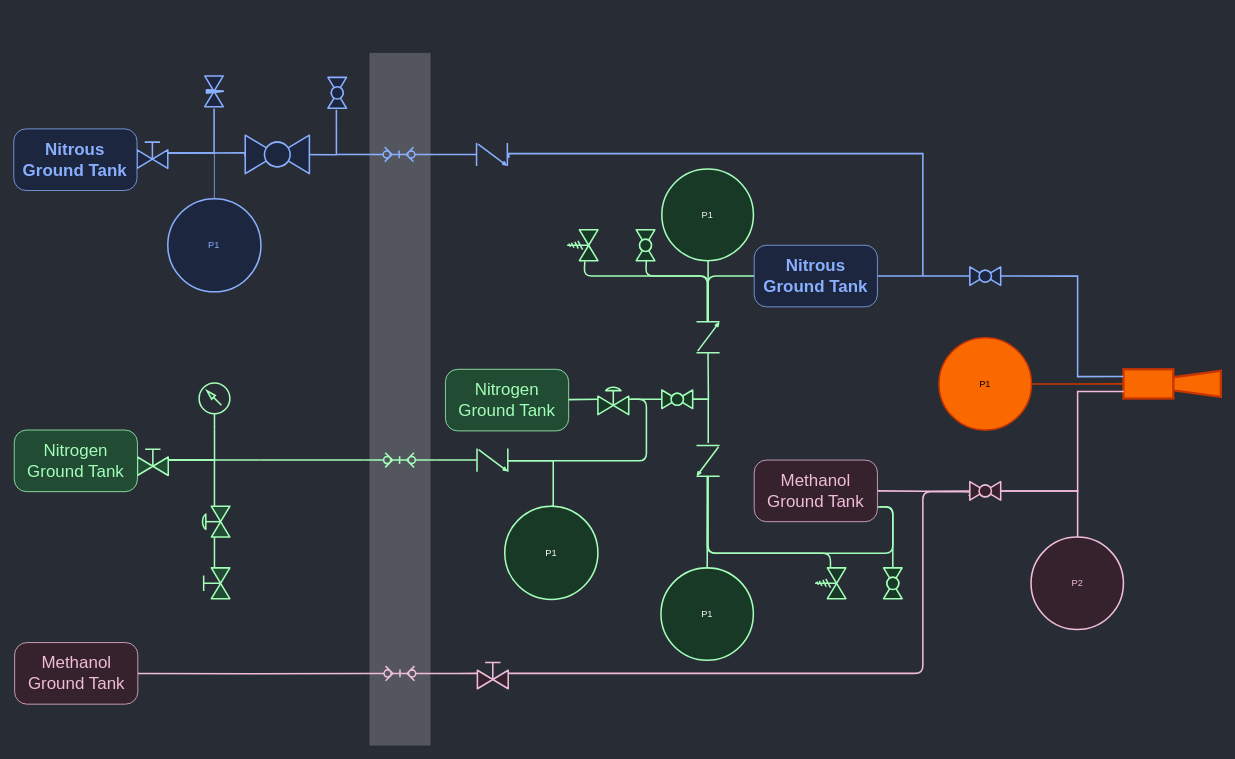
Above: CombinedPID.drawio in icl-rocketry/Propulsion-PIDs (draw.io), before the change. Source tidied: cells renumbered, new cells numbered last; positions are measured from the earlier drawing's top-left corner, leaving out a move shared by most shapes. Both pictures are drawn from the tidied source at 77%, with x=0, y=0 at pixel (13, 52).
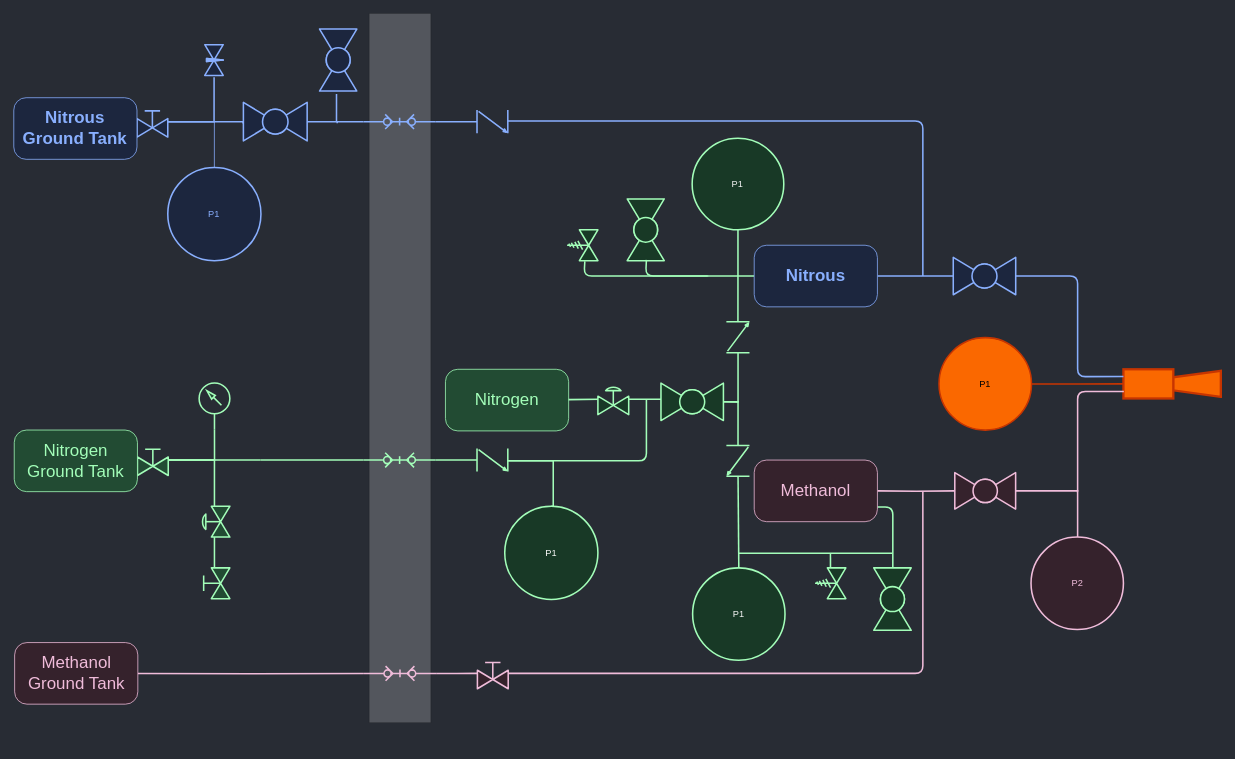
The same diagram, later.

Unchanged cells that the change refers to:
```xml
<mxCell id="21" style="verticalLabelPosition=bottom;align=center;html=1;verticalAlign=top;dashed=0;shape=mxgraph.pid2valves.valve;valveType=check;rotation=0;fillColor=#224B33;strokeColor=#A3FEB9;strokeWidth=2;fontColor=#FAFAFA;" parent="1" vertex="1">
  <mxGeometry x="602" y="514" width="40" height="30" as="geometry" />
</mxCell>
<mxCell id="47" style="verticalLabelPosition=bottom;align=center;html=1;verticalAlign=top;dashed=0;shape=mxgraph.pid2valves.valve;valveType=gate;actuator=spring;rotation=-90;fontColor=#FAFAFA;strokeWidth=2;fillColor=#183926;strokeColor=#A3FEB9;" parent="1" vertex="1">
  <mxGeometry x="1041" y="669" width="40" height="40" as="geometry" />
</mxCell>
<mxCell id="51" style="verticalLabelPosition=bottom;align=center;html=1;verticalAlign=top;dashed=0;shape=mxgraph.pid2valves.valve;valveType=gate;actuator=spring;rotation=-90;fillColor=#183926;strokeColor=#A3FEB9;strokeWidth=2;" parent="1" vertex="1">
  <mxGeometry x="719" y="230" width="40" height="40" as="geometry" />
</mxCell>
<mxCell id="56" style="verticalLabelPosition=bottom;align=center;html=1;verticalAlign=top;dashed=0;shape=mxgraph.pid2valves.valve;valveType=gate;actuator=man;rotation=0;fillColor=#35222C;strokeColor=#F0BCDA;fontColor=#F0BCDA;strokeWidth=2;" parent="1" vertex="1">
  <mxGeometry x="602.5" y="786" width="40" height="40" as="geometry" />
</mxCell>
<mxCell id="58" style="rounded=0;whiteSpace=wrap;html=1;rotation=0;fillColor=#fa6800;strokeWidth=3;fontColor=#000000;strokeColor=#C73500;" parent="1" vertex="1">
  <mxGeometry x="1441.5" y="411.1" width="64.8" height="37.9" as="geometry" />
</mxCell>
```

What changed in the source:
```diff
@@
     <mxCell id="2" style="rounded=0;whiteSpace=wrap;html=1;opacity=20;" parent="1" vertex="1">
-      <mxGeometry x="462" width="80" height="900" as="geometry" />
+      <mxGeometry x="462" y="-51" width="80" height="921" as="geometry" />
     </mxCell>
@@
     <mxCell id="4" style="edgeStyle=orthogonalEdgeStyle;rounded=0;jettySize=auto;html=1;entryX=1.005;entryY=0.453;entryDx=0;entryDy=0;entryPerimeter=0;fillColor=#1C263E;strokeColor=#89AFFE;strokeWidth=2;endArrow=none;endFill=0;" parent="1" edge="1" source="7" target="25">
       <mxGeometry relative="1" as="geometry">
         <Array as="points">
-          <mxPoint x="251" y="130" />
-          <mxPoint x="301" y="130" />
+          <mxPoint x="251" y="89.5" />
+          <mxPoint x="301" y="89.5" />
         </Array>
       </mxGeometry>
     </mxCell>
     <mxCell id="5" style="edgeStyle=orthogonalEdgeStyle;rounded=0;jettySize=auto;html=1;entryX=-0.059;entryY=0.506;entryDx=0;entryDy=0;entryPerimeter=0;fillColor=#1C263E;strokeColor=#89AFFE;strokeWidth=2;endArrow=none;endFill=0;" parent="1" edge="1" source="7" target="22">
       <mxGeometry relative="1" as="geometry">
         <Array as="points">
-          <mxPoint x="261" y="130" />
+          <mxPoint x="261" y="89.5" />
         </Array>
       </mxGeometry>
     </mxCell>
     <mxCell id="6" style="edgeStyle=orthogonalEdgeStyle;rounded=0;jettySize=auto;html=1;entryX=0.5;entryY=0;entryDx=0;entryDy=0;strokeColor=#89AFFE;endArrow=none;endFill=0;" parent="1" edge="1" source="7" target="23">
       <mxGeometry relative="1" as="geometry">
         <Array as="points">
-          <mxPoint x="220" y="130" />
-          <mxPoint x="261" y="130" />
+          <mxPoint x="220" y="89.5" />
+          <mxPoint x="261" y="89.5" />
         </Array>
       </mxGeometry>
     </mxCell>
     <mxCell id="7" style="verticalLabelPosition=bottom;align=center;html=1;verticalAlign=top;dashed=0;shape=mxgraph.pid2valves.valve;valveType=gate;actuator=man;rotation=0;fillColor=#1C263E;strokeColor=#89AFFE;fontColor=#ffffff;strokeWidth=2;" parent="1" vertex="1">
-      <mxGeometry x="160.4" y="110.1" width="40" height="40" as="geometry" />
+      <mxGeometry x="160.4" y="69.5" width="40" height="40" as="geometry" />
     </mxCell>
@@
     <mxCell id="17" style="edgeStyle=orthogonalEdgeStyle;rounded=0;jettySize=auto;html=1;fillColor=#1C263E;strokeColor=#89AFFE;strokeWidth=2;endArrow=none;endFill=0;" parent="1" edge="1" source="19">
       <mxGeometry relative="1" as="geometry">
-        <mxPoint x="420.4" y="132.1" as="targetPoint" />
+        <mxPoint x="420.4" y="91.5" as="targetPoint" />
+        <Array as="points">
+          <mxPoint x="434" y="89.5" />
+          <mxPoint x="420" y="89.5" />
+        </Array>
       </mxGeometry>
     </mxCell>
-    <mxCell id="18" style="edgeStyle=orthogonalEdgeStyle;rounded=0;jettySize=auto;html=1;fillColor=#1C263E;strokeColor=#89AFFE;strokeWidth=2;endArrow=none;endFill=0;" parent="1" edge="1" source="19" target="54">
+    <mxCell id="18" style="edgeStyle=orthogonalEdgeStyle;rounded=0;jettySize=auto;html=1;fillColor=#1C263E;strokeColor=#89AFFE;strokeWidth=2;endArrow=none;endFill=0;exitX=0.5;exitY=1;exitDx=0;exitDy=0;exitPerimeter=0;" parent="1" edge="1" source="19" target="54">
       <mxGeometry relative="1" as="geometry" />
     </mxCell>
     <mxCell id="19" style="verticalLabelPosition=bottom;html=1;verticalAlign=top;fillColor=#1C263E;align=center;outlineConnect=0;shape=mxgraph.fluid_power.x11740;points=[[0.5,0,0],[0.5,1,0]];strokeColor=#89AFFE;rotation=-90;fontColor=#ffffff;strokeWidth=2;" parent="1" vertex="1">
-      <mxGeometry x="491.4" y="85.2" width="19" height="93.8" as="geometry" />
+      <mxGeometry x="492" y="42.6" width="19" height="93.8" as="geometry" />
     </mxCell>
-    <mxCell id="20" style="edgeStyle=orthogonalEdgeStyle;rounded=1;jettySize=auto;html=1;entryX=0.5;entryY=1;entryDx=0;entryDy=0;entryPerimeter=0;fillColor=#224B33;strokeColor=#A3FEB9;strokeWidth=2;fontColor=#FAFAFA;endArrow=none;endFill=0;" parent="1" edge="1" source="21">
+    <mxCell id="20" style="edgeStyle=orthogonalEdgeStyle;rounded=1;jettySize=auto;html=1;fillColor=#224B33;strokeColor=#A3FEB9;strokeWidth=2;fontColor=#FAFAFA;endArrow=none;endFill=0;" parent="1" edge="1" source="21">
       <mxGeometry relative="1" as="geometry">
-        <mxPoint x="802" y="450" as="targetPoint" />
+        <mxPoint x="822" y="450" as="targetPoint" />
         <Array as="points">
           <mxPoint x="822" y="530" />
           <mxPoint x="822" y="450" />
         </Array>
       </mxGeometry>
     </mxCell>
@@
     <mxCell id="22" style="verticalLabelPosition=bottom;align=center;html=1;verticalAlign=top;dashed=0;shape=mxgraph.pid2valves.valve;valveType=needle;rotation=-90;fillColor=#1C263E;strokeColor=#89AFFE;fontColor=#ffffff;strokeWidth=2;" parent="1" vertex="1">
-      <mxGeometry x="240.4" y="38.1" width="40" height="24" as="geometry" />
+      <mxGeometry x="240.4" y="-2.5" width="40" height="24" as="geometry" />
     </mxCell>
     <mxCell id="23" value="P1" style="ellipse;whiteSpace=wrap;html=1;fillColor=#1C263E;strokeColor=#89AFFE;rotation=0;fontColor=#89AFFE;strokeWidth=2;" parent="1" vertex="1">
-      <mxGeometry x="200.4" y="189.5" width="121" height="121" as="geometry" />
+      <mxGeometry x="200.4" y="149" width="121" height="121" as="geometry" />
     </mxCell>
     <mxCell id="24" style="edgeStyle=orthogonalEdgeStyle;rounded=0;jettySize=auto;html=1;entryX=1.046;entryY=0.545;entryDx=0;entryDy=0;entryPerimeter=0;fillColor=#1C263E;strokeColor=#89AFFE;strokeWidth=2;endArrow=none;endFill=0;" parent="1" edge="1" target="26">
       <mxGeometry relative="1" as="geometry">
-        <mxPoint x="360.4" y="132.1" as="sourcePoint" />
+        <mxPoint x="360.4" y="91.5" as="sourcePoint" />
+        <Array as="points">
+          <mxPoint x="360" y="89.5" />
+          <mxPoint x="420" y="89.5" />
+        </Array>
       </mxGeometry>
     </mxCell>
     <mxCell id="25" style="verticalLabelPosition=bottom;align=center;html=1;verticalAlign=top;dashed=0;shape=mxgraph.pid2valves.valve;valveType=ball;rotation=-180;fillColor=#1C263E;strokeColor=#89AFFE;fontColor=#ffffff;strokeWidth=2;" parent="1" vertex="1">
-      <mxGeometry x="301" y="107.1" width="83.3" height="50" as="geometry" />
+      <mxGeometry x="298.6" y="64.5" width="82.8" height="50" as="geometry" />
     </mxCell>
     <mxCell id="26" style="verticalLabelPosition=bottom;align=center;html=1;verticalAlign=top;dashed=0;shape=mxgraph.pid2valves.valve;valveType=ball;rotation=90;fillColor=#1C263E;strokeColor=#89AFFE;fontColor=#ffffff;strokeWidth=2;" parent="1" vertex="1">
-      <mxGeometry x="400.4" y="40" width="40.1" height="24.1" as="geometry" />
+      <mxGeometry x="381.4" y="-14.7" width="80.6" height="48.4" as="geometry" />
     </mxCell>
@@
     <mxCell id="35" style="edgeStyle=orthogonalEdgeStyle;rounded=0;jettySize=auto;html=1;fontColor=#FAFAFA;strokeWidth=2;fillColor=#183926;strokeColor=#A3FEB9;endArrow=none;endFill=0;" parent="1" edge="1" source="37">
       <mxGeometry relative="1" as="geometry">
-        <mxPoint x="902" y="390" as="targetPoint" />
+        <mxPoint x="941" y="390" as="targetPoint" />
+        <Array as="points">
+          <mxPoint x="941" y="453" />
+        </Array>
       </mxGeometry>
     </mxCell>
-    <mxCell id="36" style="edgeStyle=orthogonalEdgeStyle;rounded=0;jettySize=auto;html=1;entryX=-0.074;entryY=0.492;entryDx=0;entryDy=0;entryPerimeter=0;fontColor=#FAFAFA;strokeWidth=2;fillColor=#183926;strokeColor=#A3FEB9;endArrow=none;endFill=0;" parent="1" edge="1" source="37" target="41">
-      <mxGeometry relative="1" as="geometry" />
+    <mxCell id="36" style="edgeStyle=orthogonalEdgeStyle;rounded=0;jettySize=auto;html=1;fontColor=#FAFAFA;strokeWidth=2;fillColor=#183926;strokeColor=#A3FEB9;endArrow=none;endFill=0;entryX=0.002;entryY=0.496;entryDx=0;entryDy=0;entryPerimeter=0;" parent="1" edge="1" source="37" target="41">
+      <mxGeometry relative="1" as="geometry">
+        <Array as="points">
+          <mxPoint x="941" y="453" />
+        </Array>
+      </mxGeometry>
     </mxCell>
     <mxCell id="37" style="verticalLabelPosition=bottom;align=center;html=1;verticalAlign=top;dashed=0;shape=mxgraph.pid2valves.valve;valveType=ball;rotation=-180;fillColor=#183926;strokeColor=#A3FEB9;strokeWidth=2;fontColor=#FAFAFA;" parent="1" vertex="1">
-      <mxGeometry x="842" y="438" width="40.1" height="24.1" as="geometry" />
+      <mxGeometry x="840.9" y="429" width="81.1" height="48.7" as="geometry" />
     </mxCell>
@@
-    <mxCell id="39" style="edgeStyle=orthogonalEdgeStyle;rounded=1;jettySize=auto;html=1;entryX=0.975;entryY=0.501;entryDx=0;entryDy=0;entryPerimeter=0;fontColor=#FAFAFA;strokeWidth=2;fillColor=#183926;strokeColor=#A3FEB9;endArrow=none;endFill=0;" parent="1" edge="1" source="41" target="47">
+    <mxCell id="39" style="edgeStyle=orthogonalEdgeStyle;rounded=1;jettySize=auto;html=1;entryX=0.975;entryY=0.501;entryDx=0;entryDy=0;entryPerimeter=0;fontColor=#FAFAFA;strokeWidth=2;fillColor=#183926;strokeColor=#A3FEB9;endArrow=none;endFill=0;" parent="1" edge="1" target="47">
       <mxGeometry relative="1" as="geometry">
+        <mxPoint x="1061" y="650" as="sourcePoint" />
         <Array as="points">
-          <mxPoint x="901" y="650" />
           <mxPoint x="1061" y="650" />
         </Array>
       </mxGeometry>
     </mxCell>
-    <mxCell id="40" style="edgeStyle=orthogonalEdgeStyle;rounded=1;jettySize=auto;html=1;entryX=0.241;entryY=1.016;entryDx=0;entryDy=0;entryPerimeter=0;fillColor=#183926;strokeColor=#A3FEB9;strokeWidth=2;endArrow=none;endFill=0;" parent="1" edge="1" source="41">
+    <mxCell id="40" style="edgeStyle=orthogonalEdgeStyle;rounded=1;orthogonalLoop=1;jettySize=auto;html=1;fillColor=#183926;strokeColor=#A3FEB9;strokeWidth=2;endArrow=none;endFill=0;" parent="1" edge="1">
       <mxGeometry relative="1" as="geometry">
-        <mxPoint x="1124.6" y="589.7" as="targetPoint" />
+        <mxPoint x="941" y="650" as="sourcePoint" />
+        <mxPoint x="1141" y="650" as="targetPoint" />
         <Array as="points">
-          <mxPoint x="902" y="650" />
-          <mxPoint x="1142" y="650" />
-          <mxPoint x="1142" y="590" />
-          <mxPoint x="1124" y="590" />
+          <mxPoint x="1141" y="650" />
         </Array>
       </mxGeometry>
     </mxCell>
     <mxCell id="41" style="verticalLabelPosition=bottom;align=center;html=1;verticalAlign=top;dashed=0;shape=mxgraph.pid2valves.valve;valveType=check;rotation=90;fontColor=#FAFAFA;strokeWidth=2;fillColor=#183926;strokeColor=#A3FEB9;" parent="1" vertex="1">
-      <mxGeometry x="882" y="515" width="40.1" height="30" as="geometry" />
+      <mxGeometry x="920.8" y="515" width="40.1" height="30" as="geometry" />
     </mxCell>
-    <mxCell id="42" style="edgeStyle=orthogonalEdgeStyle;rounded=1;jettySize=auto;html=1;entryX=0.5;entryY=0;entryDx=0;entryDy=0;entryPerimeter=0;fillColor=#183926;strokeColor=#A3FEB9;strokeWidth=2;endArrow=none;endFill=0;" parent="1" edge="1" source="45">
+    <mxCell id="42" style="edgeStyle=orthogonalEdgeStyle;rounded=1;orthogonalLoop=1;jettySize=auto;html=1;entryX=0.5;entryY=0;entryDx=0;entryDy=0;entryPerimeter=0;fillColor=#183926;strokeColor=#A3FEB9;strokeWidth=2;endArrow=none;endFill=0;" parent="1" edge="1">
       <mxGeometry relative="1" as="geometry">
+        <mxPoint x="901" y="290" as="sourcePoint" />
         <mxPoint x="962.1" y="290" as="targetPoint" />
         <Array as="points">
           <mxPoint x="902" y="290" />
         </Array>
       </mxGeometry>
     </mxCell>
-    <mxCell id="43" style="edgeStyle=orthogonalEdgeStyle;rounded=1;jettySize=auto;html=1;fillColor=#183926;strokeColor=#A3FEB9;strokeWidth=2;endArrow=none;endFill=0;entryX=-0.025;entryY=0.575;entryDx=0;entryDy=0;entryPerimeter=0;" parent="1" edge="1" source="45" target="51">
+    <mxCell id="43" style="edgeStyle=orthogonalEdgeStyle;rounded=1;jettySize=auto;html=1;fillColor=#183926;strokeColor=#A3FEB9;strokeWidth=2;endArrow=none;endFill=0;entryX=-0.025;entryY=0.575;entryDx=0;entryDy=0;entryPerimeter=0;" parent="1" edge="1" target="51">
       <mxGeometry relative="1" as="geometry">
+        <mxPoint x="901" y="290" as="sourcePoint" />
         <Array as="points">
           <mxPoint x="902" y="290" />
           <mxPoint x="741" y="290" />
           <mxPoint x="741" y="271" />
         </Array>
       </mxGeometry>
     </mxCell>
-    <mxCell id="44" style="edgeStyle=orthogonalEdgeStyle;rounded=0;jettySize=auto;html=1;endArrow=none;endFill=0;strokeColor=#A3FEB9;strokeWidth=2;" parent="1" edge="1" source="45">
-      <mxGeometry relative="1" as="geometry">
-        <mxPoint x="902.1" y="270" as="targetPoint" />
-      </mxGeometry>
+    <mxCell id="44" style="edgeStyle=orthogonalEdgeStyle;rounded=0;jettySize=auto;html=1;endArrow=none;endFill=0;strokeColor=#A3FEB9;strokeWidth=2;entryX=0.5;entryY=1;entryDx=0;entryDy=0;" parent="1" edge="1" source="45" target="75">
+      <mxGeometry relative="1" as="geometry" />
     </mxCell>
     <mxCell id="45" style="verticalLabelPosition=bottom;align=center;html=1;verticalAlign=top;dashed=0;shape=mxgraph.pid2valves.valve;valveType=check;rotation=-90;fillColor=#183926;strokeColor=#A3FEB9;strokeWidth=2;" parent="1" vertex="1">
-      <mxGeometry x="882" y="354.5" width="40.1" height="30" as="geometry" />
+      <mxGeometry x="920.8" y="354.5" width="40.1" height="30" as="geometry" />
     </mxCell>
@@
     <mxCell id="48" value="P1" style="ellipse;whiteSpace=wrap;html=1;fillColor=#183926;strokeColor=#A3FEB9;rotation=0;strokeWidth=2;fontColor=#F7F7F7;" parent="1" vertex="1">
-      <mxGeometry x="840.9" y="669" width="120" height="120" as="geometry" />
+      <mxGeometry x="882" y="669" width="120" height="120" as="geometry" />
     </mxCell>
@@
     <mxCell id="50" style="verticalLabelPosition=bottom;align=center;html=1;verticalAlign=top;dashed=0;shape=mxgraph.pid2valves.valve;valveType=ball;rotation=-90;fillColor=#183926;strokeColor=#A3FEB9;strokeWidth=2;" parent="1" vertex="1">
-      <mxGeometry x="1122" y="677" width="40.1" height="24.1" as="geometry" />
+      <mxGeometry x="1101" y="685.2" width="81.1" height="48.7" as="geometry" />
     </mxCell>
@@
     <mxCell id="52" style="verticalLabelPosition=bottom;align=center;html=1;verticalAlign=top;dashed=0;shape=mxgraph.pid2valves.valve;valveType=ball;rotation=-90;fillColor=#183926;strokeColor=#A3FEB9;strokeWidth=2;" parent="1" vertex="1">
-      <mxGeometry x="800.8" y="238" width="40.1" height="24.1" as="geometry" />
+      <mxGeometry x="781" y="205.9" width="80.2" height="48.1" as="geometry" />
     </mxCell>
-    <mxCell id="53" style="edgeStyle=orthogonalEdgeStyle;rounded=0;jettySize=auto;html=1;fillColor=#1C263E;strokeColor=#89AFFE;strokeWidth=2;endArrow=none;endFill=0;exitX=1.048;exitY=0.649;exitDx=0;exitDy=0;exitPerimeter=0;" parent="1" edge="1" source="54">
+    <mxCell id="53" style="edgeStyle=orthogonalEdgeStyle;rounded=1;jettySize=auto;html=1;fillColor=#1C263E;strokeColor=#89AFFE;strokeWidth=2;endArrow=none;endFill=0;exitX=0.996;exitY=0.473;exitDx=0;exitDy=0;exitPerimeter=0;" parent="1" edge="1" source="54">
       <mxGeometry relative="1" as="geometry">
         <mxPoint x="1181" y="290" as="targetPoint" />
         <Array as="points">
-          <mxPoint x="643" y="131" />
-          <mxPoint x="1181" y="131" />
-          <mxPoint x="1181" y="251" />
+          <mxPoint x="1181" y="89" />
         </Array>
       </mxGeometry>
     </mxCell>
     <mxCell id="54" style="verticalLabelPosition=bottom;align=center;html=1;verticalAlign=top;dashed=0;shape=mxgraph.pid2valves.valve;valveType=check;rotation=0;fillColor=#1C263E;strokeColor=#89AFFE;fontColor=#ffffff;strokeWidth=2;" parent="1" vertex="1">
-      <mxGeometry x="601.4" y="117.1" width="40" height="30" as="geometry" />
+      <mxGeometry x="602" y="74.5" width="40" height="30" as="geometry" />
     </mxCell>
-    <mxCell id="55" style="edgeStyle=orthogonalEdgeStyle;rounded=1;jettySize=auto;html=1;entryX=1.044;entryY=0.27;entryDx=0;entryDy=0;entryPerimeter=0;fillColor=#35222C;fontColor=#F0BCDA;strokeColor=#F0BCDA;strokeWidth=2;endArrow=none;endFill=0;" parent="1" edge="1" source="56" target="61">
+    <mxCell id="55" style="edgeStyle=orthogonalEdgeStyle;rounded=1;jettySize=auto;html=1;fillColor=#35222C;fontColor=#F0BCDA;strokeColor=#F0BCDA;strokeWidth=2;endArrow=none;endFill=0;" parent="1" edge="1" source="56">
       <mxGeometry relative="1" as="geometry">
+        <mxPoint x="1181" y="570" as="targetPoint" />
         <Array as="points">
           <mxPoint x="1181" y="806" />
-          <mxPoint x="1181" y="570" />
-          <mxPoint x="1243" y="570" />
-          <mxPoint x="1243" y="574" />
+          <mxPoint x="1181" y="574" />
         </Array>
       </mxGeometry>
     </mxCell>
@@
-    <mxCell id="59" style="edgeStyle=orthogonalEdgeStyle;rounded=0;jettySize=auto;html=1;fillColor=#35222C;fontColor=#F0BCDA;strokeColor=#F0BCDA;strokeWidth=2;endArrow=none;endFill=0;" parent="1" edge="1" source="61">
+    <mxCell id="59" style="edgeStyle=orthogonalEdgeStyle;rounded=1;orthogonalLoop=1;jettySize=auto;html=1;fillColor=#35222C;fontColor=#F0BCDA;strokeColor=#F0BCDA;strokeWidth=2;endArrow=none;endFill=0;" parent="1" edge="1">
       <mxGeometry relative="1" as="geometry">
+        <mxPoint x="1381" y="570" as="sourcePoint" />
         <mxPoint x="1442" y="440" as="targetPoint" />
         <Array as="points">
           <mxPoint x="1382" y="569" />
           <mxPoint x="1382" y="440" />
           <mxPoint x="1441" y="440" />
         </Array>
       </mxGeometry>
     </mxCell>
@@
     <mxCell id="61" style="verticalLabelPosition=bottom;align=center;html=1;verticalAlign=top;dashed=0;shape=mxgraph.pid2valves.valve;valveType=ball;rotation=-180;fillColor=#35222C;strokeColor=#F0BCDA;fontColor=#F0BCDA;strokeWidth=2;" parent="1" vertex="1">
-      <mxGeometry x="1242" y="557" width="40.1" height="24.1" as="geometry" />
+      <mxGeometry x="1222.5" y="545.3" width="79" height="47.4" as="geometry" />
     </mxCell>
-    <mxCell id="62" style="edgeStyle=orthogonalEdgeStyle;rounded=0;jettySize=auto;html=1;entryX=0;entryY=0.25;entryDx=0;entryDy=0;strokeColor=#89AFFE;strokeWidth=2;fillColor=#1C263E;endArrow=none;endFill=0;" parent="1" edge="1" source="63" target="58">
+    <mxCell id="62" style="edgeStyle=orthogonalEdgeStyle;rounded=1;jettySize=auto;html=1;entryX=0;entryY=0.25;entryDx=0;entryDy=0;strokeColor=#89AFFE;strokeWidth=2;fillColor=#1C263E;endArrow=none;endFill=0;" parent="1" edge="1" source="63" target="58">
       <mxGeometry relative="1" as="geometry">
         <Array as="points">
           <mxPoint x="1382" y="290" />
           <mxPoint x="1382" y="421" />
         </Array>
       </mxGeometry>
     </mxCell>
     <mxCell id="63" style="verticalLabelPosition=bottom;align=center;html=1;verticalAlign=top;dashed=0;shape=mxgraph.pid2valves.valve;valveType=ball;rotation=-180;fillColor=#1C263E;strokeColor=#89AFFE;strokeWidth=2;" parent="1" vertex="1">
-      <mxGeometry x="1242" y="278" width="40.1" height="24.1" as="geometry" />
+      <mxGeometry x="1220.5" y="265.7" width="81.1" height="48.6" as="geometry" />
     </mxCell>
@@
     <mxCell id="69" value="Nitrous Ground Tank" style="rounded=1;whiteSpace=wrap;html=1;arcSize=20;fillColor=#1C263E;strokeColor=#89AFFE;fontColor=#89AFFE;fontStyle=1;fontSize=22;" parent="1" vertex="1">
-      <mxGeometry x="0.4" y="98.9" width="160" height="80" as="geometry" />
+      <mxGeometry x="0.4" y="58.4" width="160" height="80" as="geometry" />
     </mxCell>
-    <mxCell id="70" value="Nitrous Ground Tank" style="rounded=1;whiteSpace=wrap;html=1;arcSize=20;fillColor=#1C263E;strokeColor=#89AFFE;fontColor=#89AFFE;fontStyle=1;fontSize=22;" parent="1" vertex="1">
+    <mxCell id="70" value="Nitrous" style="rounded=1;whiteSpace=wrap;html=1;arcSize=20;fillColor=#1C263E;strokeColor=#89AFFE;fontColor=#89AFFE;fontStyle=1;fontSize=22;" parent="1" vertex="1">
       <mxGeometry x="962" y="250" width="160" height="80" as="geometry" />
     </mxCell>
-    <mxCell id="71" value="Nitrogen Ground Tank" style="rounded=1;whiteSpace=wrap;html=1;arcSize=20;fontSize=22;strokeColor=#A3FEB9;fillColor=#224B33;fontColor=#A3FEB9;" parent="1" vertex="1">
+    <mxCell id="71" value="Nitrogen" style="rounded=1;whiteSpace=wrap;html=1;arcSize=20;fontSize=22;strokeColor=#A3FEB9;fillColor=#224B33;fontColor=#A3FEB9;" parent="1" vertex="1">
       <mxGeometry x="561" y="411.1" width="160" height="80" as="geometry" />
     </mxCell>
@@
-    <mxCell id="73" value="Methanol Ground Tank" style="rounded=1;whiteSpace=wrap;html=1;arcSize=20;fontSize=22;strokeColor=#F0BCDA;fillColor=#35222C;fontColor=#F0BCDA;" parent="1" vertex="1">
+    <mxCell id="73" value="Methanol" style="rounded=1;whiteSpace=wrap;html=1;arcSize=20;fontSize=22;strokeColor=#F0BCDA;fillColor=#35222C;fontColor=#F0BCDA;" parent="1" vertex="1">
       <mxGeometry x="962" y="529" width="160" height="80" as="geometry" />
     </mxCell>
     <mxCell id="74" style="edgeStyle=orthogonalEdgeStyle;rounded=0;jettySize=auto;html=1;entryX=0.5;entryY=0;entryDx=0;entryDy=0;fillColor=#183926;strokeColor=#A3FEB9;strokeWidth=2;endArrow=none;endFill=0;" parent="1" edge="1" target="48">
       <mxGeometry relative="1" as="geometry">
-        <mxPoint x="901" y="550" as="sourcePoint" />
+        <mxPoint x="941" y="550" as="sourcePoint" />
         <Array as="points">
-          <mxPoint x="901" y="660" />
-          <mxPoint x="901" y="660" />
+          <mxPoint x="941" y="550" />
+          <mxPoint x="941" y="669" />
         </Array>
       </mxGeometry>
     </mxCell>
     <mxCell id="75" value="P1" style="ellipse;whiteSpace=wrap;html=1;fillColor=#183926;strokeColor=#A3FEB9;rotation=0;strokeWidth=2;fontColor=#F2F2F2;" parent="1" vertex="1">
-      <mxGeometry x="842" y="151" width="119" height="119" as="geometry" />
+      <mxGeometry x="881.4" y="111" width="119" height="119" as="geometry" />
     </mxCell>
     <mxCell id="76" style="edgeStyle=orthogonalEdgeStyle;rounded=1;orthogonalLoop=1;jettySize=auto;html=1;fillColor=#183926;strokeColor=#A3FEB9;strokeWidth=2;endArrow=none;endFill=0;" parent="1" edge="1">
       <mxGeometry relative="1" as="geometry">
-        <mxPoint x="901" y="350" as="sourcePoint" />
+        <mxPoint x="901" y="290" as="sourcePoint" />
         <mxPoint x="822" y="269" as="targetPoint" />
         <Array as="points">
           <mxPoint x="901" y="290" />
           <mxPoint x="821" y="290" />
           <mxPoint x="821" y="269" />
         </Array>
       </mxGeometry>
     </mxCell>
```
